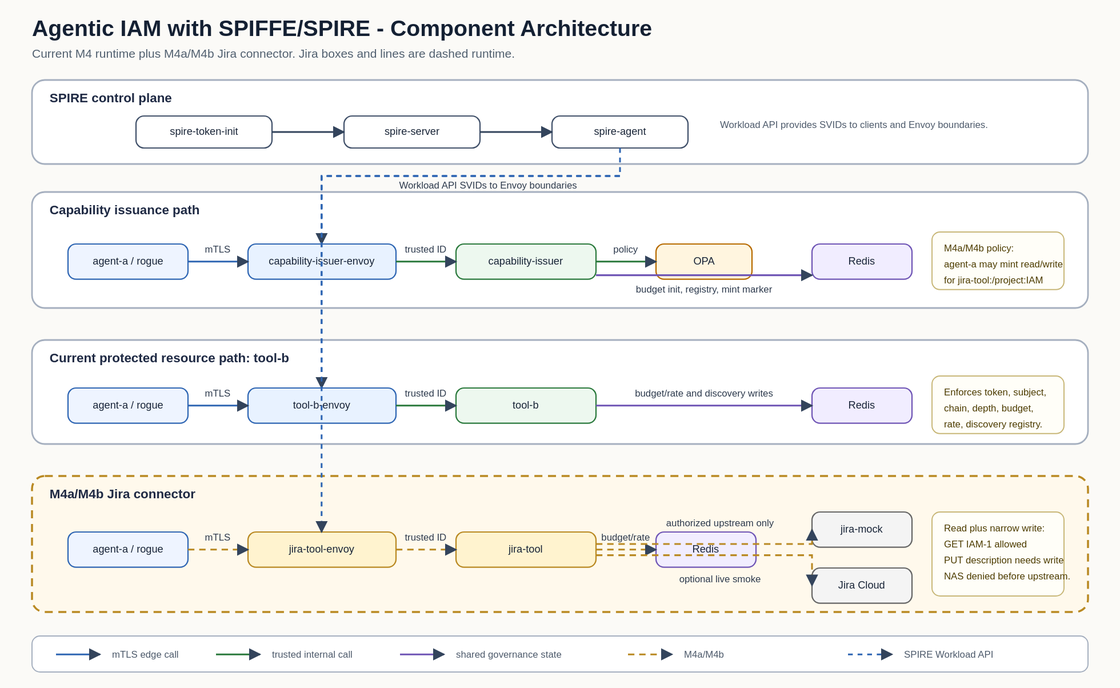
Earlier version of the PlantUML export docs/only_arch.svg (gunaseelan-sivanandam/agentic-iam-spiffe). Its source is kept beside it as docs/only_arch.puml.
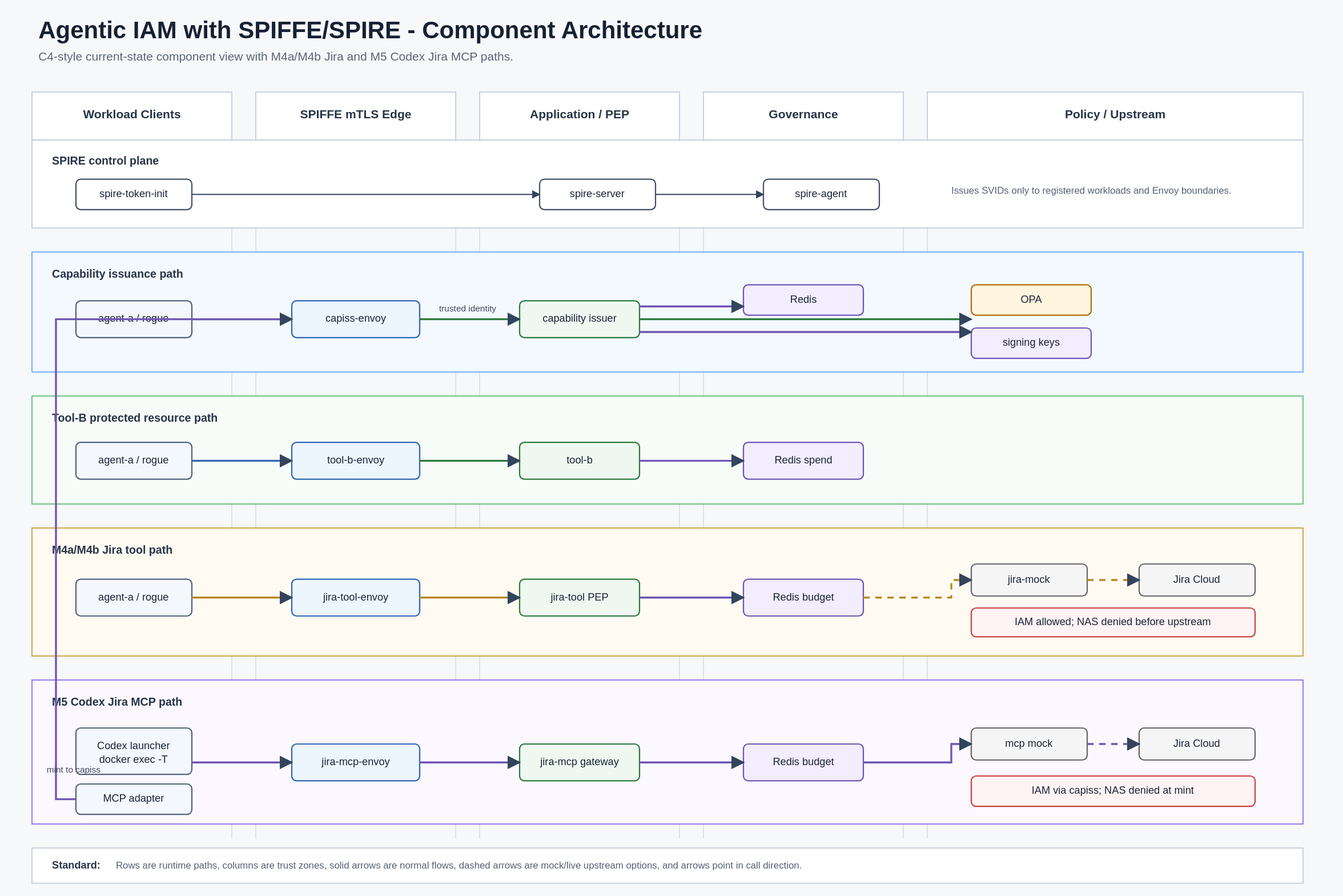
Above is the later version.

What changed in the source:
```diff
@@ -1,14 +1,14 @@
 @startuml
 !pragma layout smetana
 left to right direction
-title Agentic IAM with SPIFFE/SPIRE - Component Architecture (M4 + M4a/M4b)
+title Agentic IAM with SPIFFE/SPIRE - Component Architecture
 
 skinparam componentStyle rectangle
 skinparam packageStyle rectangle
 skinparam linetype ortho
 skinparam shadowing false
+skinparam defaultFontName Arial
 skinparam ArrowColor #33445c
-skinparam defaultFontName Arial
 skinparam package {
   BorderColor #a5afbf
   BackgroundColor #ffffff
@@ -18,70 +18,91 @@
   BackgroundColor #ffffff
 }
 
-package "SPIRE control plane" {
+package "Workload clients" as clients #FFFFFF {
+  [agent-a / rogue] as agent_a
+  [Codex launcher] as codex_launcher
+  [codex-jira-mcp-adapter\nM5 MCP stdio] as codex_adapter
+}
+
+package "SPIFFE mTLS edge" as edge #FFFFFF {
+  [capability-issuer-envoy] as capiss_envoy
+  [tool-b-envoy] as toolb_envoy
+  [jira-tool-envoy\nM4a/M4b] as jira_envoy
+  [jira-mcp-envoy\nM5] as jiramcp_envoy
+}
+
+package "Application / PEP services" as app #FFFFFF {
+  [capability-issuer] as capiss_app
+  [tool-b] as toolb_app
+  [jira-tool PEP\nM4a/M4b] as jira_tool
+  [jira-mcp-gateway PEP\nM5] as jiramcp_gateway
+}
+
+package "Governance state and policy" as gov #FFFFFF {
+  [Redis\nbudget/rate/markers] as redis
+  [OPA] as opa
+  [capability keys] as keys
+}
+
+package "Upstream systems" as upstream #FFFFFF {
+  [jira-mock\nM4 mock] as jira_mock
+  [jira-mcp-mock\nM5 mock default] as jiramcp_mock
+  [Jira Cloud\nexplicit live mode] as jira_cloud
+}
+
+package "SPIRE control plane" as spire #FFFFFF {
   [spire-token-init] as token_init
   [spire-server] as spire_server
   [spire-agent] as spire_agent
 }
 
-package "Capability issuance path" {
-  [agent-a / rogue] as capiss_clients
-  [capability-issuer-envoy] as capiss_envoy
-  [capability-issuer] as capiss_app
-  [OPA] as opa
-  [Redis] as redis_capiss
-}
+token_init --> spire_server : registers entries
+spire_server --> spire_agent : SVID issuance
+spire_agent ..> capiss_envoy : Workload API
+spire_agent ..> toolb_envoy : Workload API
+spire_agent ..> jira_envoy : Workload API
+spire_agent ..> jiramcp_envoy : Workload API
+spire_agent ..> codex_adapter : Workload API
 
-package "Current protected resource path: tool-b" {
-  [agent-a / rogue] as toolb_clients
-  [tool-b-envoy] as toolb_envoy
-  [tool-b] as toolb_app
-  [Redis] as redis_toolb
-}
+agent_a -[#2F66B3]-> capiss_envoy : mint aud/act/res
+capiss_envoy -[#2B7A3D]-> capiss_app : verified SPIFFE subject
+capiss_app -[#2B7A3D]-> opa : allow/deny
+capiss_app -[#6F55B5]-> redis : budget + mint marker
+capiss_app -[#6F55B5]-> keys : sign capability
 
-package "M4a/M4b Jira connector" #fff9ec {
-  [agent-a / rogue] as jira_clients
-  [jira-tool-envoy] as jira_envoy
-  [jira-tool] as jira_tool
-  [Redis] as redis_jira
-  [jira-mock] as jira_mock
-  [Jira Cloud\noptional live smoke] as jira_cloud
-}
+agent_a -[#2F66B3]-> toolb_envoy : protected call
+toolb_envoy -[#2B7A3D]-> toolb_app : verified SPIFFE subject
+toolb_app -[#6F55B5]-> redis : budget/rate/discovery
 
-token_init --> spire_server
-spire_agent --> spire_server : node attestation
+agent_a -[#B98922]-> jira_envoy : M4a/M4b Jira read/write
+jira_envoy -[#B98922]-> jira_tool : verified SPIFFE subject
+jira_tool -[#6F55B5]-> redis : budget/rate
+jira_tool -[#B98922,dashed]-> jira_mock : mock upstream
+jira_tool -[#B98922,dashed]-> jira_cloud : live smoke only
 
-capiss_clients --> capiss_envoy : mTLS mint request
-capiss_envoy --> capiss_app : trusted identity header
-capiss_app --> opa : policy decision
-capiss_app --> redis_capiss : root budget, registry, mint marker
-note right of opa
-  M4a/M4b policy:
-  agent-a may mint read/write only
-  for jira-tool:/project:IAM
+codex_launcher -[#6F55B5]-> codex_adapter : docker exec -T stdio MCP
+codex_adapter -[#6F55B5]-> capiss_envoy : mint M5 capability
+codex_adapter -[#6F55B5]-> jiramcp_envoy : read_project_summary/create_story
+jiramcp_envoy -[#6F55B5]-> jiramcp_gateway : verified SPIFFE subject
+jiramcp_gateway -[#6F55B5]-> redis : budget/rate/audit
+jiramcp_gateway -[#6F55B5,dashed]-> jiramcp_mock : mock upstream
+jiramcp_gateway -[#6F55B5,dashed]-> jira_cloud : explicit live mode
+
+note right of capiss_app
+  Capiss authorizes aud/act/res and subject.
+  M4 and M5 authorities are separate.
 end note
 
-toolb_clients --> toolb_envoy : mTLS tool request
-toolb_envoy --> toolb_app : trusted identity header
-toolb_app --> redis_toolb : budget/rate and discovery writes
-
-jira_clients -[#b98922,dashed]-> jira_envoy : mTLS issue read / description write
-jira_envoy -[#b98922,dashed]-> jira_tool : trusted identity header
-jira_tool -[#b98922,dashed]-> redis_jira : budget/rate
-jira_tool -[#b98922,dashed]-> jira_mock : authorized upstream only
-jira_tool -[#b98922,dashed]-> jira_cloud : optional live mode
-note right of jira_tool
-  M4a/M4b:
-  GET IAM-1 allowed
-  PUT IAM description requires write
-  GET NAS-1 denied before upstream
+note right of jiramcp_gateway
+  M5 exposes only read_project_summary and create_story.
+  IAM is allowed; NAS is denied before Jira use.
 end note
 
-spire_agent -[#2f66b3,dashed]-> capiss_envoy : Workload API
-spire_agent -[#2f66b3,dashed]-> toolb_envoy : Workload API
-spire_agent -[#2f66b3,dashed]-> jira_envoy : Workload API target
-
 legend bottom
-  Jira connector lines show the implemented M4a/M4b runtime path.
+  Blue: mTLS edge request
+  Green: internal verified identity call
+  Purple: M5 Codex Jira MCP authority
+  Brown: M4a/M4b Jira tool authority
+  Dashed: mock or explicit live upstream path
 endlegend
 @enduml
```
